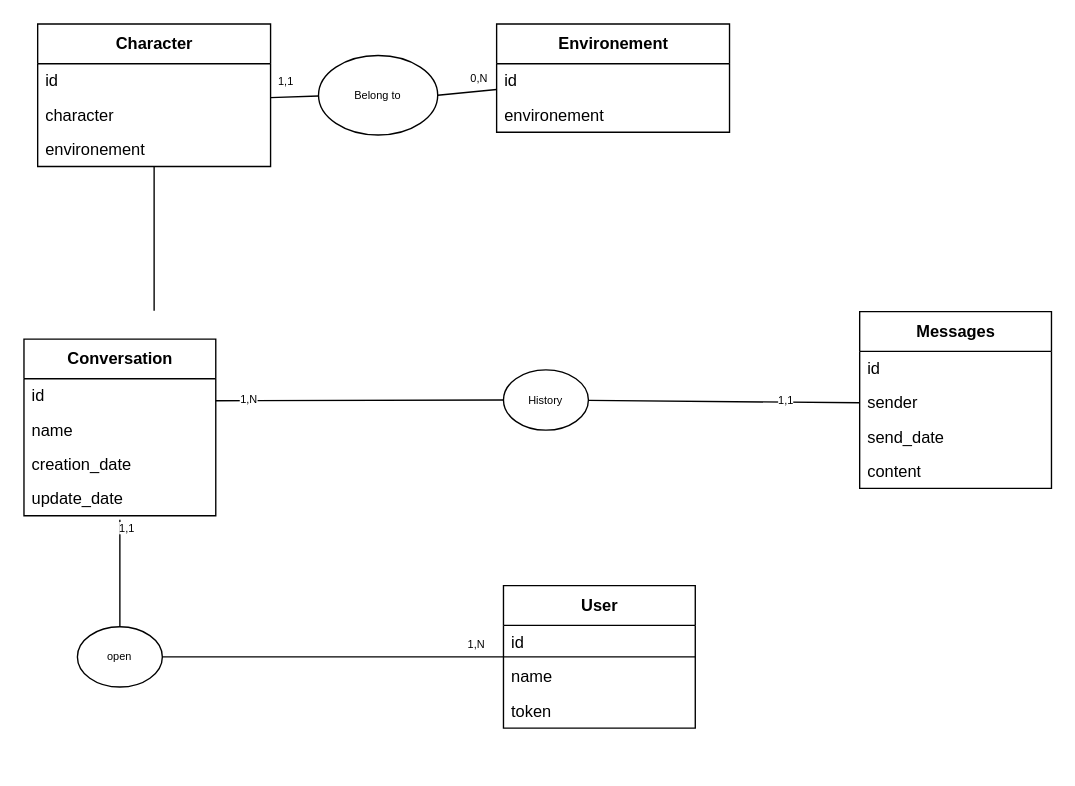
Before: page "MCD" (3 of 6) of UseCase.drawio in TheoPasquier/Ai-Personnality-chatting, a draw.io diagram. Source tidied: cells renumbered, new cells numbered last; positions are measured from the earlier drawing's top-left corner, leaving out a move shared by most shapes. Both pictures are drawn from the tidied source at 137%, with x=0, y=0 at pixel (23, 23).
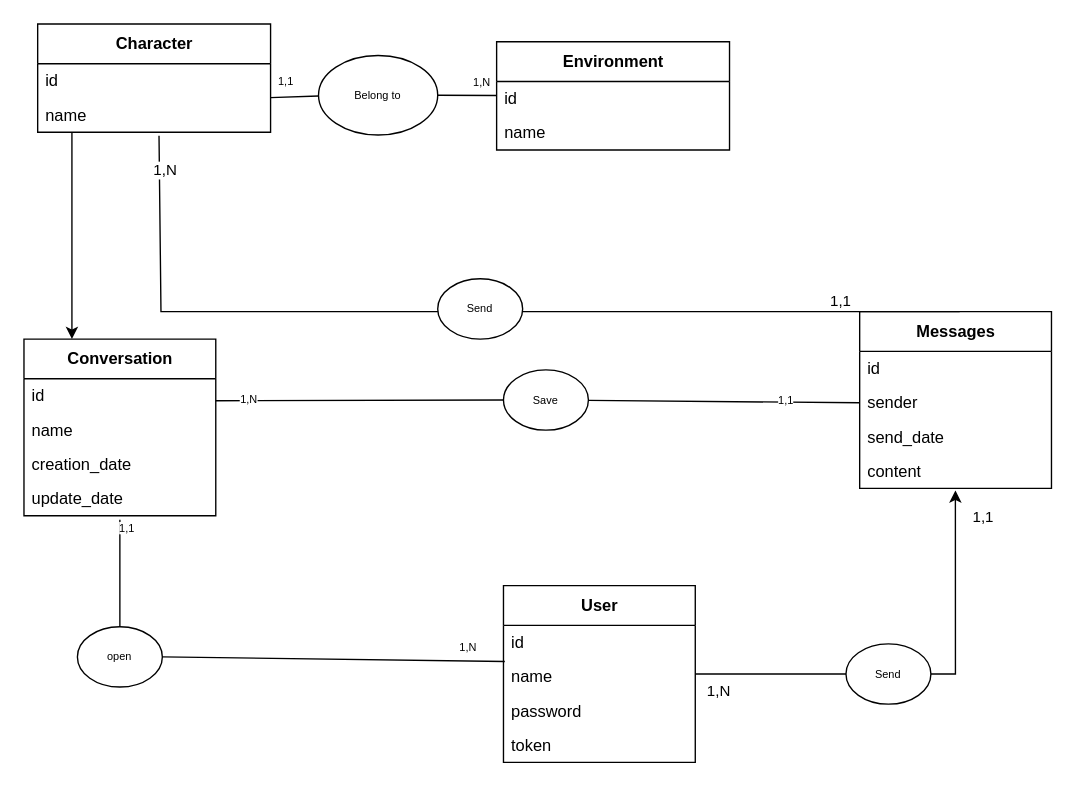
The same page after the edit.

Unchanged cells that the change refers to:
```xml
<mxCell id="6" value="content" style="text;html=1;strokeColor=none;fillColor=none;align=left;verticalAlign=middle;spacingLeft=4;spacingRight=4;overflow=hidden;points=[[0,0.5],[1,0.5]];portConstraint=eastwest;" parent="2" vertex="1">
  <mxGeometry y="104" width="140" height="25" as="geometry" />
</mxCell>
<mxCell id="8" value="id" style="text;html=1;strokeColor=none;fillColor=none;align=left;verticalAlign=middle;spacingLeft=4;spacingRight=4;overflow=hidden;points=[[0,0.5],[1,0.5]];portConstraint=eastwest;" parent="7" vertex="1">
  <mxGeometry y="29" width="140" height="25" as="geometry" />
</mxCell>
<mxCell id="11" value="Conversation" style="swimlane;fontStyle=1;align=center;verticalAlign=middle;horizontal=1;startSize=29;html=1;" parent="1" vertex="1">
  <mxGeometry y="230" width="140" height="129" as="geometry" />
</mxCell>
<mxCell id="25" value="open" style="ellipse;whiteSpace=wrap;html=1;fontSize=8;" parent="1" vertex="1">
  <mxGeometry x="39" y="440" width="62" height="44" as="geometry" />
</mxCell>
<mxCell id="36" style="edgeStyle=none;rounded=0;jettySize=auto;html=1;entryX=1;entryY=0.5;entryDx=0;entryDy=0;fontSize=8;startArrow=none;startFill=0;endArrow=none;endFill=0;" parent="1" edge="1" source="33" target="38">
  <mxGeometry relative="1" as="geometry" />
</mxCell>
```

Diff of the diagram source:
```diff
@@
+    <mxCell id="39" style="edgeStyle=orthogonalEdgeStyle;rounded=0;jettySize=auto;html=1;entryX=0.499;entryY=1.058;entryDx=0;entryDy=0;entryPerimeter=0;" parent="1" edge="1" source="7" target="6">
+      <mxGeometry relative="1" as="geometry">
+        <Array as="points">
+          <mxPoint x="680" y="475" />
+        </Array>
+      </mxGeometry>
+    </mxCell>
+    <mxCell id="40" value="1,1" style="edgeLabel;html=1;align=center;verticalAlign=middle;" parent="39" vertex="1">
+      <mxGeometry x="0.81" y="1" relative="1" as="geometry">
+        <mxPoint x="21" y="-12" as="offset" />
+      </mxGeometry>
+    </mxCell>
+    <mxCell id="41" value="1,N" style="edgeLabel;html=1;align=center;verticalAlign=middle;" parent="39" vertex="1">
+      <mxGeometry x="-0.9" y="-2" relative="1" as="geometry">
+        <mxPoint y="10" as="offset" />
+      </mxGeometry>
+    </mxCell>
     <mxCell id="7" value="User" style="swimlane;fontStyle=1;align=center;verticalAlign=middle;horizontal=1;startSize=29;html=1;" parent="1" vertex="1">
-      <mxGeometry x="350" y="410" width="140" height="104" as="geometry" />
+      <mxGeometry x="350" y="410" width="140" height="129" as="geometry" />
     </mxCell>
@@
+    <mxCell id="42" value="password" style="text;html=1;strokeColor=none;fillColor=none;align=left;verticalAlign=middle;spacingLeft=4;spacingRight=4;overflow=hidden;" parent="7" vertex="1">
+      <mxGeometry y="79" width="140" height="25" as="geometry" />
+    </mxCell>
     <mxCell id="10" value="token" style="text;html=1;strokeColor=none;fillColor=none;align=left;verticalAlign=middle;spacingLeft=4;spacingRight=4;overflow=hidden;" parent="7" vertex="1">
-      <mxGeometry y="79" width="140" height="25" as="geometry" />
+      <mxGeometry y="104" width="140" height="25" as="geometry" />
     </mxCell>
@@
-    <mxCell id="18" style="edgeStyle=none;rounded=0;jettySize=auto;html=1;fontSize=8;startArrow=none;startFill=0;endArrow=none;endFill=0;entryX=1;entryY=0.5;entryDx=0;entryDy=0;exitX=0;exitY=0.5;exitDx=0;exitDy=0;" parent="1" edge="1" source="25" target="7">
+    <mxCell id="18" style="edgeStyle=none;rounded=0;jettySize=auto;html=1;fontSize=8;startArrow=none;startFill=0;endArrow=none;endFill=0;entryX=0.007;entryY=1.053;entryDx=0;entryDy=0;exitX=1;exitY=0.5;exitDx=0;exitDy=0;entryPerimeter=0;" parent="1" edge="1" source="25" target="8">
       <mxGeometry relative="1" as="geometry" />
     </mxCell>
     <mxCell id="19" value="1,N" style="edgeLabel;html=1;align=center;verticalAlign=middle;fontSize=8;" parent="18" vertex="1">
       <mxGeometry x="0.36" relative="1" as="geometry">
-        <mxPoint x="-17" y="-10" as="offset" />
+        <mxPoint x="53" y="-10" as="offset" />
       </mxGeometry>
     </mxCell>
@@
-    <mxCell id="24" value="History" style="ellipse;whiteSpace=wrap;html=1;fontSize=8;" parent="1" vertex="1">
+    <mxCell id="24" value="Save" style="ellipse;whiteSpace=wrap;html=1;fontSize=8;" parent="1" vertex="1">
       <mxGeometry x="350" y="252.5" width="62" height="44" as="geometry" />
     </mxCell>
@@
-    <mxCell id="26" style="edgeStyle=none;rounded=0;jettySize=auto;html=1;entryX=0.607;entryY=-0.005;entryDx=0;entryDy=0;entryPerimeter=0;fontSize=8;startArrow=none;startFill=0;endArrow=none;endFill=0;" parent="1" edge="1" source="27">
+    <mxCell id="26" style="edgeStyle=none;rounded=0;jettySize=auto;html=1;entryX=0.5;entryY=0;entryDx=0;entryDy=0;fontSize=8;startArrow=none;startFill=0;endArrow=none;endFill=0;exitX=0.521;exitY=1.103;exitDx=0;exitDy=0;exitPerimeter=0;" parent="1" edge="1" source="29">
       <mxGeometry relative="1" as="geometry">
-        <mxPoint x="95" y="209.4" as="targetPoint" />
+        <mxPoint x="683" y="210" as="targetPoint" />
+        <Array as="points">
+          <mxPoint x="100" y="210" />
+        </Array>
       </mxGeometry>
     </mxCell>
+    <mxCell id="43" value="1,N" style="edgeLabel;html=1;align=center;verticalAlign=middle;" parent="26" vertex="1">
+      <mxGeometry x="-0.93" y="4" relative="1" as="geometry" />
+    </mxCell>
+    <mxCell id="44" value="1,1" style="edgeLabel;html=1;align=center;verticalAlign=middle;" parent="26" vertex="1">
+      <mxGeometry x="0.76" y="-1" relative="1" as="geometry">
+        <mxPoint x="-2" y="-10" as="offset" />
+      </mxGeometry>
+    </mxCell>
+    <mxCell id="45" style="edgeStyle=orthogonalEdgeStyle;rounded=0;jettySize=auto;html=1;entryX=0.25;entryY=0;entryDx=0;entryDy=0;" parent="1" edge="1" source="27" target="11">
+      <mxGeometry relative="1" as="geometry">
+        <Array as="points">
+          <mxPoint x="35" y="150" />
+          <mxPoint x="35" y="150" />
+        </Array>
+      </mxGeometry>
+    </mxCell>
     <mxCell id="27" value="Character" style="swimlane;fontStyle=1;align=center;verticalAlign=middle;horizontal=1;startSize=29;html=1;" parent="1" vertex="1">
-      <mxGeometry x="10" width="170" height="104" as="geometry" />
+      <mxGeometry x="10" width="170" height="79" as="geometry" />
     </mxCell>
@@
-    <mxCell id="29" value="character" style="text;html=1;strokeColor=none;fillColor=none;align=left;verticalAlign=middle;spacingLeft=4;spacingRight=4;overflow=hidden;points=[[0,0.5],[1,0.5]];portConstraint=eastwest;" parent="27" vertex="1">
+    <mxCell id="29" value="name" style="text;html=1;strokeColor=none;fillColor=none;align=left;verticalAlign=middle;spacingLeft=4;spacingRight=4;overflow=hidden;points=[[0,0.5],[1,0.5]];portConstraint=eastwest;" parent="27" vertex="1">
       <mxGeometry y="54" width="170" height="25" as="geometry" />
     </mxCell>
-    <mxCell id="30" value="environement" style="text;html=1;strokeColor=none;fillColor=none;align=left;verticalAlign=middle;spacingLeft=4;spacingRight=4;overflow=hidden;" parent="27" vertex="1">
-      <mxGeometry y="79" width="170" height="25" as="geometry" />
-    </mxCell>
@@
-    <mxCell id="33" value="Environement" style="swimlane;fontStyle=1;align=center;verticalAlign=middle;horizontal=1;startSize=29;html=1;" parent="1" vertex="1">
-      <mxGeometry x="345" width="170" height="79" as="geometry" />
+    <mxCell id="33" value="Environment" style="swimlane;fontStyle=1;align=center;verticalAlign=middle;horizontal=1;startSize=29;html=1;" parent="1" vertex="1">
+      <mxGeometry x="345" y="13" width="170" height="79" as="geometry" />
     </mxCell>
@@
-    <mxCell id="35" value="environement" style="text;html=1;strokeColor=none;fillColor=none;align=left;verticalAlign=middle;spacingLeft=4;spacingRight=4;overflow=hidden;" parent="33" vertex="1">
+    <mxCell id="35" value="name" style="text;html=1;strokeColor=none;fillColor=none;align=left;verticalAlign=middle;spacingLeft=4;spacingRight=4;overflow=hidden;" parent="33" vertex="1">
       <mxGeometry y="54" width="170" height="25" as="geometry" />
     </mxCell>
@@
-    <mxCell id="37" value="0,N" style="edgeLabel;html=1;align=center;verticalAlign=middle;fontSize=8;" parent="36" vertex="1">
+    <mxCell id="37" value="1,N" style="edgeLabel;html=1;align=center;verticalAlign=middle;fontSize=8;" parent="36" vertex="1">
       <mxGeometry x="-0.42" y="-1" relative="1" as="geometry">
         <mxPoint y="-9" as="offset" />
       </mxGeometry>
     </mxCell>
@@
+    <mxCell id="46" value="Send" style="ellipse;whiteSpace=wrap;html=1;fontSize=8;" parent="1" vertex="1">
+      <mxGeometry x="302" y="186" width="62" height="44" as="geometry" />
+    </mxCell>
+    <mxCell id="47" value="Send" style="ellipse;whiteSpace=wrap;html=1;fontSize=8;" parent="1" vertex="1">
+      <mxGeometry x="600" y="452.5" width="62" height="44" as="geometry" />
+    </mxCell>
```
